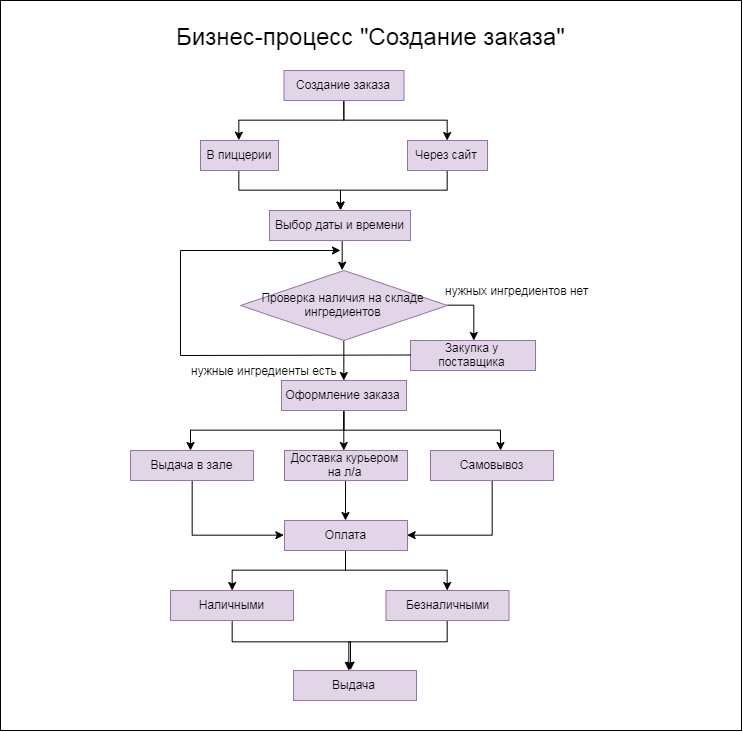
Earlier version of the draw.io export Орг структура и БП/Бизнес-процесс Создание заказа.png (AnnaKhomik/Pizzeria). Source tidied: cells renumbered, new cells last; positions are measured from the earlier drawing's top-left corner, leaving out a move shared by most shapes. The source it was exported from:
```xml
<mxGraphModel>
  <root>
    <mxCell id="0" />
    <mxCell id="1" parent="0" />
    <mxCell id="2" style="rounded=0;whiteSpace=wrap;html=1;fontSize=24;align=center;fillColor=none;" parent="1" vertex="1">
      <mxGeometry width="741" height="730" as="geometry" />
    </mxCell>
    <mxCell id="3" style="edgeStyle=orthogonalEdgeStyle;rounded=0;jettySize=auto;html=1;exitX=0.5;exitY=1;exitDx=0;exitDy=0;entryX=0.5;entryY=0;entryDx=0;entryDy=0;fontSize=12;" parent="1" edge="1" source="5" target="7">
      <mxGeometry relative="1" as="geometry" />
    </mxCell>
    <mxCell id="4" style="edgeStyle=orthogonalEdgeStyle;rounded=0;jettySize=auto;html=1;exitX=0.5;exitY=1;exitDx=0;exitDy=0;fontSize=12;" parent="1" edge="1" source="5" target="26">
      <mxGeometry relative="1" as="geometry" />
    </mxCell>
    <mxCell id="5" value="Создание заказа" style="rounded=0;whiteSpace=wrap;html=1;fillColor=#e1d5e7;strokeColor=#9673a6;" parent="1" vertex="1">
      <mxGeometry x="283.5" y="70" width="120" height="30" as="geometry" />
    </mxCell>
    <mxCell id="6" style="edgeStyle=orthogonalEdgeStyle;rounded=0;jettySize=auto;html=1;exitX=0.5;exitY=1;exitDx=0;exitDy=0;fontSize=24;entryX=0.5;entryY=0;entryDx=0;entryDy=0;" parent="1" edge="1" source="7" target="11">
      <mxGeometry relative="1" as="geometry" />
    </mxCell>
    <mxCell id="7" value="В пиццерии" style="rounded=0;whiteSpace=wrap;html=1;fillColor=#e1d5e7;strokeColor=#9673a6;" parent="1" vertex="1">
      <mxGeometry x="200" y="140" width="78" height="30" as="geometry" />
    </mxCell>
    <mxCell id="8" style="edgeStyle=orthogonalEdgeStyle;rounded=0;jettySize=auto;html=1;exitX=0.5;exitY=1;exitDx=0;exitDy=0;entryX=0;entryY=0.5;entryDx=0;entryDy=0;fontSize=12;" parent="1" edge="1" source="9" target="16">
      <mxGeometry relative="1" as="geometry" />
    </mxCell>
    <mxCell id="9" value="Выдача в зале" style="rounded=0;whiteSpace=wrap;html=1;fillColor=#e1d5e7;strokeColor=#9673a6;" parent="1" vertex="1">
      <mxGeometry x="130" y="450" width="123" height="30" as="geometry" />
    </mxCell>
    <mxCell id="10" style="edgeStyle=orthogonalEdgeStyle;rounded=0;jettySize=auto;html=1;exitX=0.5;exitY=1;exitDx=0;exitDy=0;fontSize=24;" parent="1" edge="1" source="11">
      <mxGeometry relative="1" as="geometry">
        <mxPoint x="342" y="270" as="targetPoint" />
      </mxGeometry>
    </mxCell>
    <mxCell id="11" value="&lt;span style=&quot;white-space: normal&quot;&gt;Выбор даты и времени&lt;/span&gt;" style="rounded=0;whiteSpace=wrap;html=1;fillColor=#e1d5e7;strokeColor=#9673a6;" parent="1" vertex="1">
      <mxGeometry x="269" y="210" width="141" height="30" as="geometry" />
    </mxCell>
    <mxCell id="12" style="edgeStyle=orthogonalEdgeStyle;rounded=0;jettySize=auto;html=1;exitX=0.5;exitY=1;exitDx=0;exitDy=0;fontSize=12;" parent="1" edge="1" source="13" target="16">
      <mxGeometry relative="1" as="geometry" />
    </mxCell>
    <mxCell id="13" value="Доставка курьером на л/а" style="rounded=0;whiteSpace=wrap;html=1;fillColor=#e1d5e7;strokeColor=#9673a6;" parent="1" vertex="1">
      <mxGeometry x="284" y="450" width="123" height="30" as="geometry" />
    </mxCell>
    <mxCell id="14" style="edgeStyle=orthogonalEdgeStyle;rounded=0;jettySize=auto;html=1;fontSize=12;" parent="1" edge="1" source="16" target="21">
      <mxGeometry relative="1" as="geometry" />
    </mxCell>
    <mxCell id="15" style="edgeStyle=orthogonalEdgeStyle;rounded=0;jettySize=auto;html=1;fontSize=12;" parent="1" edge="1" source="16" target="18">
      <mxGeometry relative="1" as="geometry" />
    </mxCell>
    <mxCell id="16" value="Оплата" style="rounded=0;whiteSpace=wrap;html=1;fillColor=#e1d5e7;strokeColor=#9673a6;" parent="1" vertex="1">
      <mxGeometry x="284" y="520" width="123" height="30" as="geometry" />
    </mxCell>
    <mxCell id="17" style="edgeStyle=orthogonalEdgeStyle;rounded=0;jettySize=auto;html=1;fontSize=12;" parent="1" edge="1" source="18" target="19">
      <mxGeometry relative="1" as="geometry">
        <Array as="points">
          <mxPoint x="447" y="641" />
          <mxPoint x="349" y="641" />
        </Array>
      </mxGeometry>
    </mxCell>
    <mxCell id="18" value="Безналичными" style="rounded=0;whiteSpace=wrap;html=1;fillColor=#e1d5e7;strokeColor=#9673a6;" parent="1" vertex="1">
      <mxGeometry x="385.5" y="590" width="123" height="30" as="geometry" />
    </mxCell>
    <mxCell id="19" value="Выдача" style="rounded=0;whiteSpace=wrap;html=1;fillColor=#e1d5e7;strokeColor=#9673a6;" parent="1" vertex="1">
      <mxGeometry x="293" y="670" width="123" height="30" as="geometry" />
    </mxCell>
    <mxCell id="20" style="edgeStyle=orthogonalEdgeStyle;rounded=0;jettySize=auto;html=1;fontSize=12;" parent="1" edge="1" source="21">
      <mxGeometry relative="1" as="geometry">
        <mxPoint x="349.2" y="670" as="targetPoint" />
        <Array as="points">
          <mxPoint x="232" y="641" />
          <mxPoint x="349" y="641" />
        </Array>
      </mxGeometry>
    </mxCell>
    <mxCell id="21" value="Наличными" style="rounded=0;whiteSpace=wrap;html=1;fillColor=#e1d5e7;strokeColor=#9673a6;" parent="1" vertex="1">
      <mxGeometry x="170" y="590" width="123" height="30" as="geometry" />
    </mxCell>
    <mxCell id="22" style="edgeStyle=orthogonalEdgeStyle;rounded=0;jettySize=auto;html=1;exitX=0.5;exitY=1;exitDx=0;exitDy=0;entryX=1;entryY=0.5;entryDx=0;entryDy=0;fontSize=12;" parent="1" edge="1" source="23" target="16">
      <mxGeometry relative="1" as="geometry" />
    </mxCell>
    <mxCell id="23" value="Самовывоз" style="rounded=0;whiteSpace=wrap;html=1;fillColor=#e1d5e7;strokeColor=#9673a6;" parent="1" vertex="1">
      <mxGeometry x="430" y="450" width="123" height="30" as="geometry" />
    </mxCell>
    <mxCell id="24" value="Бизнес-процесс &quot;Создание заказа&quot;" style="text;html=1;align=center;verticalAlign=top;spacingTop=-4;fontSize=24;" parent="1" vertex="1">
      <mxGeometry x="170" y="20" width="400" height="30" as="geometry" />
    </mxCell>
    <mxCell id="25" style="edgeStyle=orthogonalEdgeStyle;rounded=0;jettySize=auto;html=1;exitX=0.5;exitY=1;exitDx=0;exitDy=0;entryX=0.5;entryY=0;entryDx=0;entryDy=0;fontSize=24;" parent="1" edge="1" source="26" target="11">
      <mxGeometry relative="1" as="geometry" />
    </mxCell>
    <mxCell id="26" value="Через сайт" style="rounded=0;whiteSpace=wrap;html=1;fillColor=#e1d5e7;strokeColor=#9673a6;" parent="1" vertex="1">
      <mxGeometry x="407" y="140" width="80" height="30" as="geometry" />
    </mxCell>
    <mxCell id="27" style="edgeStyle=orthogonalEdgeStyle;rounded=0;jettySize=auto;html=1;fontSize=24;exitX=1;exitY=0.5;exitDx=0;exitDy=0;" parent="1" edge="1" source="36" target="28">
      <mxGeometry relative="1" as="geometry">
        <Array as="points">
          <mxPoint x="473" y="305" />
        </Array>
      </mxGeometry>
    </mxCell>
    <mxCell id="28" value="Закупка у поставщика" style="rounded=0;whiteSpace=wrap;html=1;fillColor=#e1d5e7;strokeColor=#9673a6;" parent="1" vertex="1">
      <mxGeometry x="410" y="340" width="125" height="30" as="geometry" />
    </mxCell>
    <mxCell id="29" style="edgeStyle=orthogonalEdgeStyle;rounded=0;jettySize=auto;html=1;exitX=0.5;exitY=1;exitDx=0;exitDy=0;fontSize=12;" parent="1" edge="1" source="32">
      <mxGeometry relative="1" as="geometry">
        <mxPoint x="190" y="450" as="targetPoint" />
      </mxGeometry>
    </mxCell>
    <mxCell id="30" style="edgeStyle=orthogonalEdgeStyle;rounded=0;jettySize=auto;html=1;exitX=0.5;exitY=1;exitDx=0;exitDy=0;fontSize=12;" parent="1" edge="1" source="32">
      <mxGeometry relative="1" as="geometry">
        <mxPoint x="343.3" y="450" as="targetPoint" />
      </mxGeometry>
    </mxCell>
    <mxCell id="31" style="edgeStyle=orthogonalEdgeStyle;rounded=0;jettySize=auto;html=1;exitX=0.5;exitY=1;exitDx=0;exitDy=0;fontSize=12;" parent="1" edge="1" source="32">
      <mxGeometry relative="1" as="geometry">
        <mxPoint x="500" y="450" as="targetPoint" />
      </mxGeometry>
    </mxCell>
    <mxCell id="32" value="Оформление заказа" style="rounded=0;whiteSpace=wrap;html=1;fillColor=#e1d5e7;strokeColor=#9673a6;" parent="1" vertex="1">
      <mxGeometry x="281" y="380" width="125" height="30" as="geometry" />
    </mxCell>
    <mxCell id="33" value="&lt;font style=&quot;font-size: 12px&quot;&gt;нужные ингредиенты есть&lt;/font&gt;" style="text;html=1;align=left;verticalAlign=top;spacingTop=-4;fontSize=24;" parent="1" vertex="1">
      <mxGeometry x="189" y="350" width="160" height="40" as="geometry" />
    </mxCell>
    <mxCell id="34" value="&lt;font style=&quot;font-size: 12px&quot;&gt;нужных ингредиентов нет&lt;/font&gt;" style="text;html=1;align=left;verticalAlign=top;spacingTop=-4;fontSize=24;" parent="1" vertex="1">
      <mxGeometry x="443" y="270" width="160" height="40" as="geometry" />
    </mxCell>
    <mxCell id="35" style="edgeStyle=orthogonalEdgeStyle;rounded=0;jettySize=auto;html=1;exitX=0.5;exitY=1;exitDx=0;exitDy=0;fontSize=12;" parent="1" edge="1" source="36" target="32">
      <mxGeometry relative="1" as="geometry" />
    </mxCell>
    <mxCell id="36" value="Проверка наличия на складе ингредиентов" style="rhombus;whiteSpace=wrap;html=1;fillColor=#e1d5e7;fontSize=12;align=center;strokeColor=#9673a6;" parent="1" vertex="1">
      <mxGeometry x="240" y="270" width="207" height="70" as="geometry" />
    </mxCell>
    <mxCell id="37" style="endArrow=none;html=1;fontSize=12;" parent="1" edge="1">
      <mxGeometry relative="1" as="geometry">
        <mxPoint x="180" y="355" as="sourcePoint" />
        <mxPoint x="410" y="354.5" as="targetPoint" />
      </mxGeometry>
    </mxCell>
    <mxCell id="38" style="endArrow=none;html=1;fontSize=12;" parent="1" edge="1">
      <mxGeometry relative="1" as="geometry">
        <mxPoint x="180" y="355" as="sourcePoint" />
        <mxPoint x="180" y="250" as="targetPoint" />
      </mxGeometry>
    </mxCell>
    <mxCell id="39" style="endArrow=classic;html=1;fontSize=12;" parent="1" edge="1">
      <mxGeometry relative="1" as="geometry">
        <mxPoint x="180" y="250" as="sourcePoint" />
        <mxPoint x="340" y="250" as="targetPoint" />
      </mxGeometry>
    </mxCell>
  </root>
</mxGraphModel>
```
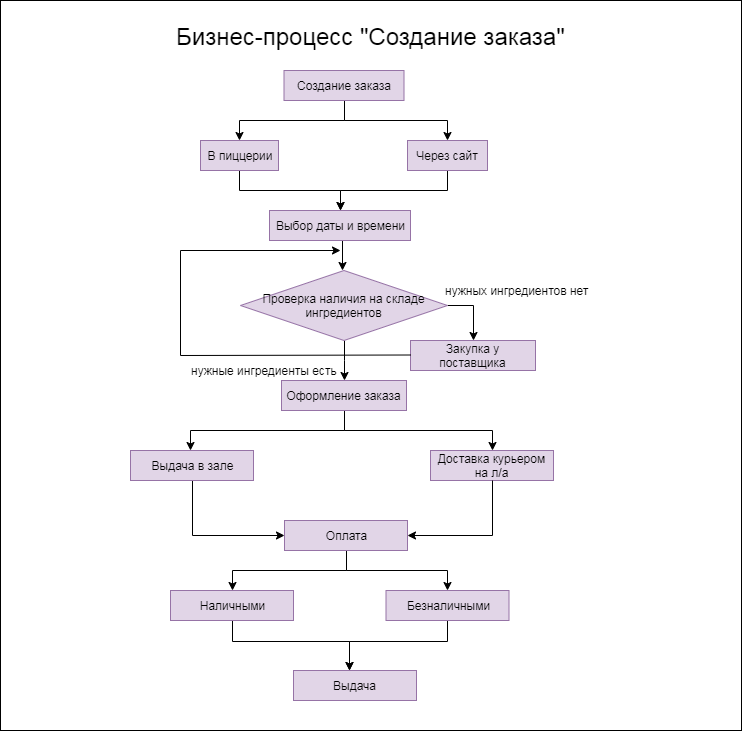
After the commit.

The edit, as a diff of the source:
```diff
@@ -34,11 +34,8 @@
     <mxCell id="11" value="&lt;span style=&quot;white-space: normal&quot;&gt;Выбор даты и времени&lt;/span&gt;" style="rounded=0;whiteSpace=wrap;html=1;fillColor=#e1d5e7;strokeColor=#9673a6;" parent="1" vertex="1">
       <mxGeometry x="269" y="210" width="141" height="30" as="geometry" />
     </mxCell>
-    <mxCell id="12" style="edgeStyle=orthogonalEdgeStyle;rounded=0;jettySize=auto;html=1;exitX=0.5;exitY=1;exitDx=0;exitDy=0;fontSize=12;" parent="1" edge="1" source="13" target="16">
-      <mxGeometry relative="1" as="geometry" />
-    </mxCell>
     <mxCell id="13" value="Доставка курьером на л/а" style="rounded=0;whiteSpace=wrap;html=1;fillColor=#e1d5e7;strokeColor=#9673a6;" parent="1" vertex="1">
-      <mxGeometry x="284" y="450" width="123" height="30" as="geometry" />
+      <mxGeometry x="430" y="450" width="123" height="30" as="geometry" />
     </mxCell>
     <mxCell id="14" style="edgeStyle=orthogonalEdgeStyle;rounded=0;jettySize=auto;html=1;fontSize=12;" parent="1" edge="1" source="16" target="21">
       <mxGeometry relative="1" as="geometry" />
@@ -75,12 +72,14 @@
     <mxCell id="21" value="Наличными" style="rounded=0;whiteSpace=wrap;html=1;fillColor=#e1d5e7;strokeColor=#9673a6;" parent="1" vertex="1">
       <mxGeometry x="170" y="590" width="123" height="30" as="geometry" />
     </mxCell>
-    <mxCell id="22" style="edgeStyle=orthogonalEdgeStyle;rounded=0;jettySize=auto;html=1;exitX=0.5;exitY=1;exitDx=0;exitDy=0;entryX=1;entryY=0.5;entryDx=0;entryDy=0;fontSize=12;" parent="1" edge="1" source="23" target="16">
-      <mxGeometry relative="1" as="geometry" />
+    <mxCell id="22" style="edgeStyle=orthogonalEdgeStyle;rounded=0;jettySize=auto;html=1;exitX=0.5;exitY=1;exitDx=0;exitDy=0;entryX=1;entryY=0.5;entryDx=0;entryDy=0;fontSize=12;" parent="1" edge="1" target="16">
+      <mxGeometry relative="1" as="geometry">
+        <mxPoint x="492" y="480" as="sourcePoint" />
+        <Array as="points">
+          <mxPoint x="492" y="535" />
+        </Array>
+      </mxGeometry>
     </mxCell>
-    <mxCell id="23" value="Самовывоз" style="rounded=0;whiteSpace=wrap;html=1;fillColor=#e1d5e7;strokeColor=#9673a6;" parent="1" vertex="1">
-      <mxGeometry x="430" y="450" width="123" height="30" as="geometry" />
-    </mxCell>
     <mxCell id="24" value="Бизнес-процесс &quot;Создание заказа&quot;" style="text;html=1;align=center;verticalAlign=top;spacingTop=-4;fontSize=24;" parent="1" vertex="1">
       <mxGeometry x="170" y="20" width="400" height="30" as="geometry" />
     </mxCell>
@@ -105,15 +104,8 @@
         <mxPoint x="190" y="450" as="targetPoint" />
       </mxGeometry>
     </mxCell>
-    <mxCell id="30" style="edgeStyle=orthogonalEdgeStyle;rounded=0;jettySize=auto;html=1;exitX=0.5;exitY=1;exitDx=0;exitDy=0;fontSize=12;" parent="1" edge="1" source="32">
-      <mxGeometry relative="1" as="geometry">
-        <mxPoint x="343.3" y="450" as="targetPoint" />
-      </mxGeometry>
-    </mxCell>
-    <mxCell id="31" style="edgeStyle=orthogonalEdgeStyle;rounded=0;jettySize=auto;html=1;exitX=0.5;exitY=1;exitDx=0;exitDy=0;fontSize=12;" parent="1" edge="1" source="32">
-      <mxGeometry relative="1" as="geometry">
-        <mxPoint x="500" y="450" as="targetPoint" />
-      </mxGeometry>
+    <mxCell id="31" style="edgeStyle=orthogonalEdgeStyle;rounded=0;jettySize=auto;html=1;exitX=0.5;exitY=1;exitDx=0;exitDy=0;fontSize=12;entryX=0.5;entryY=0;entryDx=0;entryDy=0;" parent="1" edge="1" source="32" target="13">
+      <mxGeometry relative="1" as="geometry" />
     </mxCell>
     <mxCell id="32" value="Оформление заказа" style="rounded=0;whiteSpace=wrap;html=1;fillColor=#e1d5e7;strokeColor=#9673a6;" parent="1" vertex="1">
       <mxGeometry x="281" y="380" width="125" height="30" as="geometry" />
```
